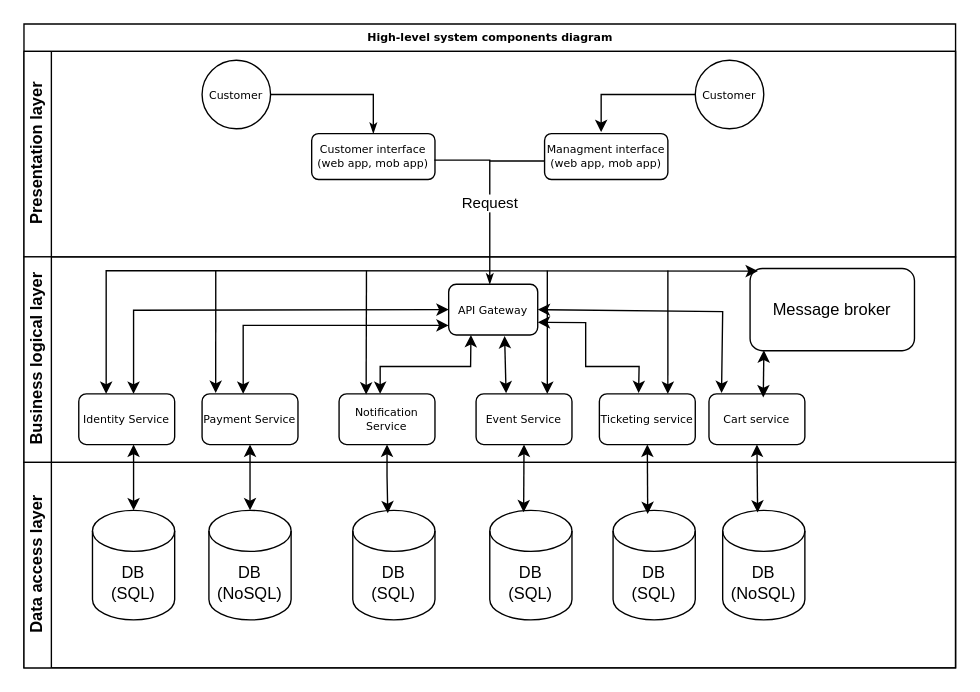
Above: page "Components" (1 of 3) of Diagrams/Diagrams.drawio in dakazia/TiketingDomain (draw.io), before the change. Source tidied: cells renumbered, new cells numbered last; positions are measured from the earlier drawing's top-left corner, leaving out a move shared by most shapes. Both pictures are drawn from the tidied source at 137%, with x=0, y=0 at pixel (23, 23).
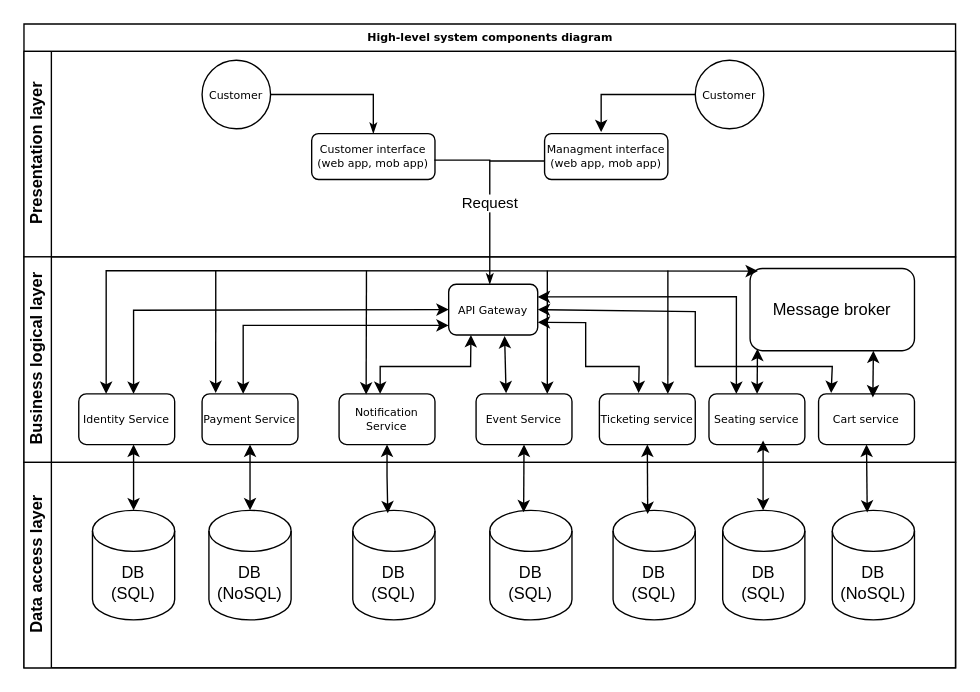
The same diagram, later.

Commit message (it also covers changes not shown here):
Update Diagrams.drawio. Add Seating Service.

The change refers to these unchanged cells:
```xml
<mxCell id="13" value="Business logical layer" style="swimlane;html=1;startSize=20;horizontal=0;" parent="2" vertex="1">
  <mxGeometry y="170" width="680" height="150" as="geometry" />
</mxCell>
<mxCell id="14" value="API Gateway" style="rounded=1;whiteSpace=wrap;html=1;shadow=0;labelBackgroundColor=none;strokeWidth=1;fontFamily=Verdana;fontSize=8;align=center;" parent="13" vertex="1">
  <mxGeometry x="310" y="20" width="65" height="37" as="geometry" />
</mxCell>
<mxCell id="26" value="Message broker" style="rounded=1;whiteSpace=wrap;html=1;" parent="13" vertex="1">
  <mxGeometry x="530" y="8.5" width="120" height="60" as="geometry" />
</mxCell>
<mxCell id="34" value="Data access layer" style="swimlane;html=1;startSize=20;horizontal=0;" parent="2" vertex="1">
  <mxGeometry y="320" width="680" height="150" as="geometry" />
</mxCell>
```

The edit, as a diff of the source:
```diff
@@
     <mxCell id="31" value="Cart service" style="rounded=1;whiteSpace=wrap;html=1;shadow=0;labelBackgroundColor=none;strokeWidth=1;fontFamily=Verdana;fontSize=8;align=center;" parent="13" vertex="1">
-      <mxGeometry x="500" y="100" width="70" height="37" as="geometry" />
+      <mxGeometry x="580" y="100" width="70" height="37" as="geometry" />
     </mxCell>
-    <mxCell id="32" style="endArrow=classic;startArrow=classic;html=1;rounded=0;exitX=0.566;exitY=0.07;exitDx=0;exitDy=0;exitPerimeter=0;entryX=0.084;entryY=0.995;entryDx=0;entryDy=0;entryPerimeter=0;" parent="13" edge="1" source="31" target="26">
+    <mxCell id="32" style="endArrow=classic;startArrow=classic;html=1;rounded=0;exitX=0.566;exitY=0.07;exitDx=0;exitDy=0;exitPerimeter=0;entryX=0.75;entryY=1;entryDx=0;entryDy=0;" parent="13" edge="1" source="31" target="26">
       <mxGeometry relative="1" as="geometry" />
     </mxCell>
     <mxCell id="33" style="endArrow=classic;startArrow=classic;html=1;rounded=0;entryX=1;entryY=0.5;entryDx=0;entryDy=0;exitX=0.131;exitY=-0.016;exitDx=0;exitDy=0;exitPerimeter=0;" parent="13" edge="1" source="31" target="14">
       <mxGeometry relative="1" as="geometry">
         <Array as="points">
-          <mxPoint x="510" y="40" />
+          <mxPoint x="590" y="80" />
+          <mxPoint x="490" y="80" />
+          <mxPoint x="490" y="40" />
         </Array>
       </mxGeometry>
     </mxCell>
+    <mxCell id="47" value="Seating service" style="rounded=1;whiteSpace=wrap;html=1;shadow=0;labelBackgroundColor=none;strokeWidth=1;fontFamily=Verdana;fontSize=8;align=center;" parent="13" vertex="1">
+      <mxGeometry x="500" y="100" width="70" height="37" as="geometry" />
+    </mxCell>
+    <mxCell id="48" style="endArrow=classic;startArrow=classic;html=1;rounded=0;entryX=0.045;entryY=0.976;entryDx=0;entryDy=0;entryPerimeter=0;" parent="13" edge="1" source="47" target="26">
+      <mxGeometry relative="1" as="geometry" />
+    </mxCell>
+    <mxCell id="49" style="endArrow=classic;startArrow=classic;html=1;rounded=0;exitX=1;exitY=0.25;exitDx=0;exitDy=0;" parent="13" edge="1" source="14">
+      <mxGeometry relative="1" as="geometry">
+        <mxPoint x="520" y="100" as="targetPoint" />
+        <Array as="points">
+          <mxPoint x="520" y="29" />
+        </Array>
+      </mxGeometry>
+    </mxCell>
@@
     <mxCell id="40" value="DB&lt;div&gt;(NoSQL)&lt;/div&gt;" style="shape=cylinder3;whiteSpace=wrap;html=1;boundedLbl=1;backgroundOutline=1;size=15;" parent="34" vertex="1">
-      <mxGeometry x="510" y="35" width="60" height="80" as="geometry" />
+      <mxGeometry x="590" y="35" width="60" height="80" as="geometry" />
     </mxCell>
+    <mxCell id="50" value="DB&lt;div&gt;(SQL)&lt;/div&gt;" style="shape=cylinder3;whiteSpace=wrap;html=1;boundedLbl=1;backgroundOutline=1;size=15;" parent="34" vertex="1">
+      <mxGeometry x="510" y="35" width="60" height="80" as="geometry" />
+    </mxCell>
+    <mxCell id="51" style="endArrow=classic;startArrow=classic;html=1;rounded=0;entryX=0.5;entryY=1;entryDx=0;entryDy=0;exitX=0.421;exitY=0.034;exitDx=0;exitDy=0;exitPerimeter=0;" parent="34" edge="1">
+      <mxGeometry relative="1" as="geometry">
+        <mxPoint x="539.5" y="35" as="sourcePoint" />
+        <mxPoint x="539.5" y="-16" as="targetPoint" />
+      </mxGeometry>
+    </mxCell>
```
